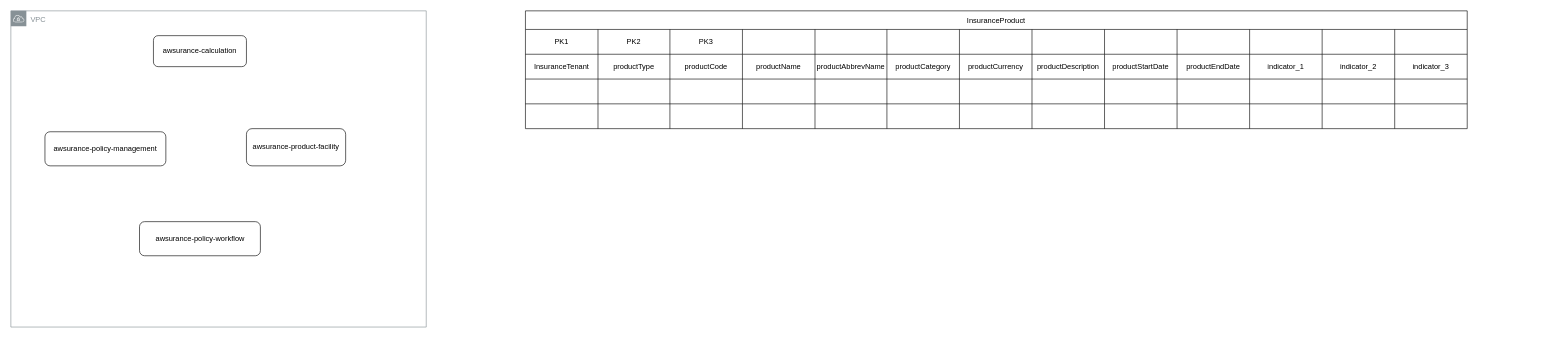
danielang2020/awsurance keeps this draw.io diagram as awsurance.drawio. Above is the earlier version. Source tidied: cells renumbered, new cells numbered last; positions are measured from the earlier drawing's top-left corner, leaving out a move shared by most shapes. Both pictures are drawn from the tidied source at 62%, with x=0, y=0 at pixel (11, 11).
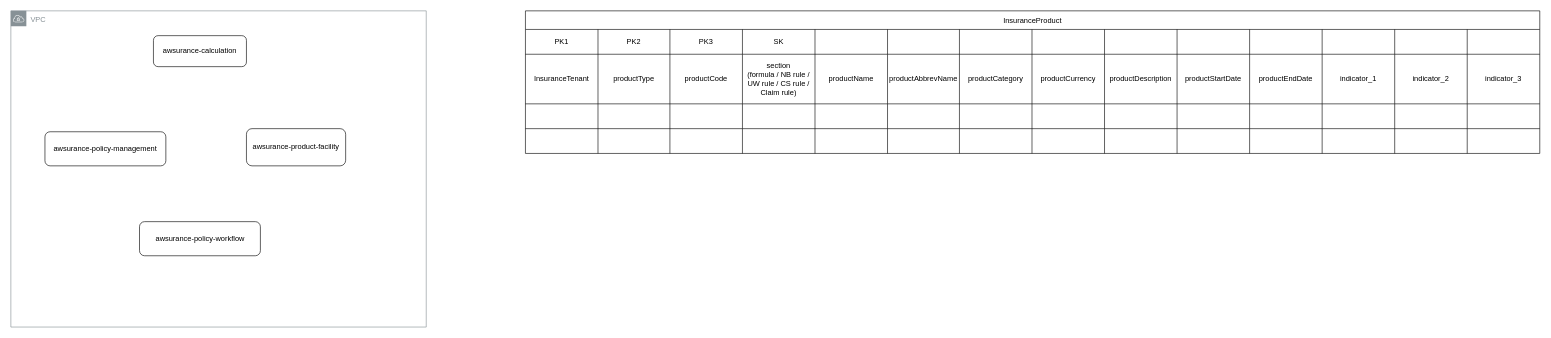
The same page after the edit.

Change to the diagram source:
```diff
@@
     <mxCell id="7" value="InsuranceProduct" style="shape=table;startSize=30;childLayout=tableLayout;" parent="1" vertex="1">
-      <mxGeometry x="830" width="1519" height="190" as="geometry" />
+      <mxGeometry x="830" width="1636" height="230" as="geometry" />
     </mxCell>
     <mxCell id="8" style="shape=tableRow;horizontal=0;startSize=0;swimlaneHead=0;swimlaneBody=0;strokeColor=inherit;top=0;left=0;bottom=0;right=0;fillColor=none;" parent="7" vertex="1">
-      <mxGeometry y="30" width="1519" height="40" as="geometry" />
+      <mxGeometry y="30" width="1636" height="40" as="geometry" />
     </mxCell>
@@
-    <mxCell id="12" style="shape=partialRectangle;html=1;whiteSpace=wrap;strokeColor=inherit;overflow=hidden;fillColor=none;top=0;left=0;bottom=0;right=0;" parent="8" vertex="1">
+    <mxCell id="12" value="SK" style="shape=partialRectangle;html=1;whiteSpace=wrap;strokeColor=inherit;overflow=hidden;fillColor=none;top=0;left=0;bottom=0;right=0;" parent="8" vertex="1">
       <mxGeometry x="350" width="117" height="40" as="geometry" />
     </mxCell>
+    <mxCell id="64" style="shape=partialRectangle;html=1;whiteSpace=wrap;strokeColor=inherit;overflow=hidden;fillColor=none;top=0;left=0;bottom=0;right=0;" parent="8" vertex="1">
+      <mxGeometry x="467" width="117" height="40" as="geometry" />
+    </mxCell>
     <mxCell id="13" style="shape=partialRectangle;html=1;whiteSpace=wrap;strokeColor=inherit;overflow=hidden;fillColor=none;top=0;left=0;bottom=0;right=0;" parent="8" vertex="1">
-      <mxGeometry x="467" width="116" height="40" as="geometry" />
+      <mxGeometry x="584" width="116" height="40" as="geometry" />
     </mxCell>
     <mxCell id="14" style="shape=partialRectangle;html=1;whiteSpace=wrap;strokeColor=inherit;overflow=hidden;fillColor=none;top=0;left=0;bottom=0;right=0;" parent="8" vertex="1">
-      <mxGeometry x="583" width="117" height="40" as="geometry" />
+      <mxGeometry x="700" width="117" height="40" as="geometry" />
     </mxCell>
     <mxCell id="15" style="shape=partialRectangle;html=1;whiteSpace=wrap;strokeColor=inherit;overflow=hidden;fillColor=none;top=0;left=0;bottom=0;right=0;" parent="8" vertex="1">
-      <mxGeometry x="700" width="117" height="40" as="geometry" />
+      <mxGeometry x="817" width="117" height="40" as="geometry" />
     </mxCell>
     <mxCell id="16" style="shape=partialRectangle;html=1;whiteSpace=wrap;strokeColor=inherit;overflow=hidden;fillColor=none;top=0;left=0;bottom=0;right=0;" parent="8" vertex="1">
-      <mxGeometry x="817" width="117" height="40" as="geometry" />
+      <mxGeometry x="934" width="117" height="40" as="geometry" />
     </mxCell>
     <mxCell id="17" style="shape=partialRectangle;html=1;whiteSpace=wrap;strokeColor=inherit;overflow=hidden;fillColor=none;top=0;left=0;bottom=0;right=0;" parent="8" vertex="1">
-      <mxGeometry x="934" width="117" height="40" as="geometry" />
+      <mxGeometry x="1051" width="117" height="40" as="geometry" />
     </mxCell>
     <mxCell id="18" style="shape=partialRectangle;html=1;whiteSpace=wrap;strokeColor=inherit;overflow=hidden;fillColor=none;top=0;left=0;bottom=0;right=0;" parent="8" vertex="1">
-      <mxGeometry x="1051" width="117" height="40" as="geometry" />
+      <mxGeometry x="1168" width="117" height="40" as="geometry" />
     </mxCell>
     <mxCell id="19" style="shape=partialRectangle;html=1;whiteSpace=wrap;strokeColor=inherit;overflow=hidden;fillColor=none;top=0;left=0;bottom=0;right=0;" parent="8" vertex="1">
-      <mxGeometry x="1168" width="117" height="40" as="geometry" />
+      <mxGeometry x="1285" width="117" height="40" as="geometry" />
     </mxCell>
     <mxCell id="20" style="shape=partialRectangle;html=1;whiteSpace=wrap;strokeColor=inherit;overflow=hidden;fillColor=none;top=0;left=0;bottom=0;right=0;" parent="8" vertex="1">
-      <mxGeometry x="1285" width="117" height="40" as="geometry" />
+      <mxGeometry x="1402" width="117" height="40" as="geometry" />
     </mxCell>
     <mxCell id="21" style="shape=partialRectangle;html=1;whiteSpace=wrap;strokeColor=inherit;overflow=hidden;fillColor=none;top=0;left=0;bottom=0;right=0;" parent="8" vertex="1">
-      <mxGeometry x="1402" width="117" height="40" as="geometry" />
+      <mxGeometry x="1519" width="117" height="40" as="geometry" />
     </mxCell>
     <mxCell id="22" style="shape=tableRow;horizontal=0;startSize=0;swimlaneHead=0;swimlaneBody=0;strokeColor=inherit;top=0;left=0;bottom=0;right=0;fillColor=none;" parent="7" vertex="1">
-      <mxGeometry y="70" width="1519" height="40" as="geometry" />
+      <mxGeometry y="70" width="1636" height="80" as="geometry" />
     </mxCell>
     <mxCell id="23" value="InsuranceTenant" style="shape=partialRectangle;html=1;whiteSpace=wrap;strokeColor=inherit;overflow=hidden;fillColor=none;top=0;left=0;bottom=0;right=0;" parent="22" vertex="1">
-      <mxGeometry width="117" height="40" as="geometry" />
+      <mxGeometry width="117" height="80" as="geometry" />
     </mxCell>
     <mxCell id="24" value="productType" style="shape=partialRectangle;html=1;whiteSpace=wrap;strokeColor=inherit;overflow=hidden;fillColor=none;top=0;left=0;bottom=0;right=0;" parent="22" vertex="1">
-      <mxGeometry x="117" width="116" height="40" as="geometry" />
+      <mxGeometry x="117" width="116" height="80" as="geometry" />
     </mxCell>
     <mxCell id="25" value="productCode" style="shape=partialRectangle;html=1;whiteSpace=wrap;strokeColor=inherit;overflow=hidden;fillColor=none;top=0;left=0;bottom=0;right=0;" parent="22" vertex="1">
-      <mxGeometry x="233" width="117" height="40" as="geometry" />
+      <mxGeometry x="233" width="117" height="80" as="geometry" />
     </mxCell>
-    <mxCell id="26" value="productName" style="shape=partialRectangle;html=1;whiteSpace=wrap;strokeColor=inherit;overflow=hidden;fillColor=none;top=0;left=0;bottom=0;right=0;" parent="22" vertex="1">
-      <mxGeometry x="350" width="117" height="40" as="geometry" />
+    <mxCell id="26" value="section&lt;div&gt;(formula / NB rule / UW rule / CS rule / Claim rule)&lt;/div&gt;" style="shape=partialRectangle;html=1;whiteSpace=wrap;strokeColor=inherit;overflow=hidden;fillColor=none;top=0;left=0;bottom=0;right=0;" parent="22" vertex="1">
+      <mxGeometry x="350" width="117" height="80" as="geometry" />
     </mxCell>
+    <mxCell id="65" value="productName" style="shape=partialRectangle;html=1;whiteSpace=wrap;strokeColor=inherit;overflow=hidden;fillColor=none;top=0;left=0;bottom=0;right=0;" parent="22" vertex="1">
+      <mxGeometry x="467" width="117" height="80" as="geometry" />
+    </mxCell>
     <mxCell id="27" value="productAbbrevName" style="shape=partialRectangle;html=1;whiteSpace=wrap;strokeColor=inherit;overflow=hidden;fillColor=none;top=0;left=0;bottom=0;right=0;" parent="22" vertex="1">
-      <mxGeometry x="467" width="116" height="40" as="geometry" />
+      <mxGeometry x="584" width="116" height="80" as="geometry" />
     </mxCell>
     <mxCell id="28" value="productCategory" style="shape=partialRectangle;html=1;whiteSpace=wrap;strokeColor=inherit;overflow=hidden;fillColor=none;top=0;left=0;bottom=0;right=0;" parent="22" vertex="1">
-      <mxGeometry x="583" width="117" height="40" as="geometry" />
+      <mxGeometry x="700" width="117" height="80" as="geometry" />
     </mxCell>
     <mxCell id="29" value="productCurrency" style="shape=partialRectangle;html=1;whiteSpace=wrap;strokeColor=inherit;overflow=hidden;fillColor=none;top=0;left=0;bottom=0;right=0;" parent="22" vertex="1">
-      <mxGeometry x="700" width="117" height="40" as="geometry" />
+      <mxGeometry x="817" width="117" height="80" as="geometry" />
     </mxCell>
     <mxCell id="30" value="productDescription" style="shape=partialRectangle;html=1;whiteSpace=wrap;strokeColor=inherit;overflow=hidden;fillColor=none;top=0;left=0;bottom=0;right=0;" parent="22" vertex="1">
-      <mxGeometry x="817" width="117" height="40" as="geometry" />
+      <mxGeometry x="934" width="117" height="80" as="geometry" />
     </mxCell>
     <mxCell id="31" value="productStartDate" style="shape=partialRectangle;html=1;whiteSpace=wrap;strokeColor=inherit;overflow=hidden;fillColor=none;top=0;left=0;bottom=0;right=0;" parent="22" vertex="1">
-      <mxGeometry x="934" width="117" height="40" as="geometry" />
+      <mxGeometry x="1051" width="117" height="80" as="geometry" />
     </mxCell>
     <mxCell id="32" value="productEndDate" style="shape=partialRectangle;html=1;whiteSpace=wrap;strokeColor=inherit;overflow=hidden;fillColor=none;top=0;left=0;bottom=0;right=0;" parent="22" vertex="1">
-      <mxGeometry x="1051" width="117" height="40" as="geometry" />
+      <mxGeometry x="1168" width="117" height="80" as="geometry" />
     </mxCell>
     <mxCell id="33" value="indicator_1" style="shape=partialRectangle;html=1;whiteSpace=wrap;strokeColor=inherit;overflow=hidden;fillColor=none;top=0;left=0;bottom=0;right=0;" parent="22" vertex="1">
-      <mxGeometry x="1168" width="117" height="40" as="geometry" />
+      <mxGeometry x="1285" width="117" height="80" as="geometry" />
     </mxCell>
     <mxCell id="34" value="indicator_2" style="shape=partialRectangle;html=1;whiteSpace=wrap;strokeColor=inherit;overflow=hidden;fillColor=none;top=0;left=0;bottom=0;right=0;" parent="22" vertex="1">
-      <mxGeometry x="1285" width="117" height="40" as="geometry" />
+      <mxGeometry x="1402" width="117" height="80" as="geometry" />
     </mxCell>
     <mxCell id="35" value="indicator_3" style="shape=partialRectangle;html=1;whiteSpace=wrap;strokeColor=inherit;overflow=hidden;fillColor=none;top=0;left=0;bottom=0;right=0;" parent="22" vertex="1">
-      <mxGeometry x="1402" width="117" height="40" as="geometry" />
+      <mxGeometry x="1519" width="117" height="80" as="geometry" />
     </mxCell>
     <mxCell id="36" style="shape=tableRow;horizontal=0;startSize=0;swimlaneHead=0;swimlaneBody=0;strokeColor=inherit;top=0;left=0;bottom=0;right=0;fillColor=none;" parent="7" vertex="1">
-      <mxGeometry y="110" width="1519" height="40" as="geometry" />
+      <mxGeometry y="150" width="1636" height="40" as="geometry" />
     </mxCell>
@@
+    <mxCell id="66" style="shape=partialRectangle;html=1;whiteSpace=wrap;strokeColor=inherit;overflow=hidden;fillColor=none;top=0;left=0;bottom=0;right=0;" parent="36" vertex="1">
+      <mxGeometry x="467" width="117" height="40" as="geometry" />
+    </mxCell>
     <mxCell id="41" style="shape=partialRectangle;html=1;whiteSpace=wrap;strokeColor=inherit;overflow=hidden;fillColor=none;top=0;left=0;bottom=0;right=0;" parent="36" vertex="1">
-      <mxGeometry x="467" width="116" height="40" as="geometry" />
+      <mxGeometry x="584" width="116" height="40" as="geometry" />
     </mxCell>
     <mxCell id="42" style="shape=partialRectangle;html=1;whiteSpace=wrap;strokeColor=inherit;overflow=hidden;fillColor=none;top=0;left=0;bottom=0;right=0;" parent="36" vertex="1">
-      <mxGeometry x="583" width="117" height="40" as="geometry" />
+      <mxGeometry x="700" width="117" height="40" as="geometry" />
     </mxCell>
     <mxCell id="43" style="shape=partialRectangle;html=1;whiteSpace=wrap;strokeColor=inherit;overflow=hidden;fillColor=none;top=0;left=0;bottom=0;right=0;" parent="36" vertex="1">
-      <mxGeometry x="700" width="117" height="40" as="geometry" />
+      <mxGeometry x="817" width="117" height="40" as="geometry" />
     </mxCell>
     <mxCell id="44" style="shape=partialRectangle;html=1;whiteSpace=wrap;strokeColor=inherit;overflow=hidden;fillColor=none;top=0;left=0;bottom=0;right=0;" parent="36" vertex="1">
-      <mxGeometry x="817" width="117" height="40" as="geometry" />
+      <mxGeometry x="934" width="117" height="40" as="geometry" />
     </mxCell>
     <mxCell id="45" style="shape=partialRectangle;html=1;whiteSpace=wrap;strokeColor=inherit;overflow=hidden;fillColor=none;top=0;left=0;bottom=0;right=0;" parent="36" vertex="1">
-      <mxGeometry x="934" width="117" height="40" as="geometry" />
+      <mxGeometry x="1051" width="117" height="40" as="geometry" />
     </mxCell>
     <mxCell id="46" style="shape=partialRectangle;html=1;whiteSpace=wrap;strokeColor=inherit;overflow=hidden;fillColor=none;top=0;left=0;bottom=0;right=0;" parent="36" vertex="1">
-      <mxGeometry x="1051" width="117" height="40" as="geometry" />
+      <mxGeometry x="1168" width="117" height="40" as="geometry" />
     </mxCell>
     <mxCell id="47" style="shape=partialRectangle;html=1;whiteSpace=wrap;strokeColor=inherit;overflow=hidden;fillColor=none;top=0;left=0;bottom=0;right=0;" parent="36" vertex="1">
-      <mxGeometry x="1168" width="117" height="40" as="geometry" />
+      <mxGeometry x="1285" width="117" height="40" as="geometry" />
     </mxCell>
     <mxCell id="48" style="shape=partialRectangle;html=1;whiteSpace=wrap;strokeColor=inherit;overflow=hidden;fillColor=none;top=0;left=0;bottom=0;right=0;" parent="36" vertex="1">
-      <mxGeometry x="1285" width="117" height="40" as="geometry" />
+      <mxGeometry x="1402" width="117" height="40" as="geometry" />
     </mxCell>
     <mxCell id="49" style="shape=partialRectangle;html=1;whiteSpace=wrap;strokeColor=inherit;overflow=hidden;fillColor=none;top=0;left=0;bottom=0;right=0;" parent="36" vertex="1">
-      <mxGeometry x="1402" width="117" height="40" as="geometry" />
+      <mxGeometry x="1519" width="117" height="40" as="geometry" />
     </mxCell>
     <mxCell id="50" style="shape=tableRow;horizontal=0;startSize=0;swimlaneHead=0;swimlaneBody=0;strokeColor=inherit;top=0;left=0;bottom=0;right=0;fillColor=none;" parent="7" vertex="1">
-      <mxGeometry y="150" width="1519" height="40" as="geometry" />
+      <mxGeometry y="190" width="1636" height="40" as="geometry" />
     </mxCell>
@@
+    <mxCell id="67" style="shape=partialRectangle;html=1;whiteSpace=wrap;strokeColor=inherit;overflow=hidden;fillColor=none;top=0;left=0;bottom=0;right=0;" parent="50" vertex="1">
+      <mxGeometry x="467" width="117" height="40" as="geometry" />
+    </mxCell>
     <mxCell id="55" style="shape=partialRectangle;html=1;whiteSpace=wrap;strokeColor=inherit;overflow=hidden;fillColor=none;top=0;left=0;bottom=0;right=0;" parent="50" vertex="1">
-      <mxGeometry x="467" width="116" height="40" as="geometry" />
+      <mxGeometry x="584" width="116" height="40" as="geometry" />
     </mxCell>
     <mxCell id="56" style="shape=partialRectangle;html=1;whiteSpace=wrap;strokeColor=inherit;overflow=hidden;fillColor=none;top=0;left=0;bottom=0;right=0;" parent="50" vertex="1">
-      <mxGeometry x="583" width="117" height="40" as="geometry" />
+      <mxGeometry x="700" width="117" height="40" as="geometry" />
     </mxCell>
     <mxCell id="57" style="shape=partialRectangle;html=1;whiteSpace=wrap;strokeColor=inherit;overflow=hidden;fillColor=none;top=0;left=0;bottom=0;right=0;" parent="50" vertex="1">
-      <mxGeometry x="700" width="117" height="40" as="geometry" />
+      <mxGeometry x="817" width="117" height="40" as="geometry" />
     </mxCell>
     <mxCell id="58" style="shape=partialRectangle;html=1;whiteSpace=wrap;strokeColor=inherit;overflow=hidden;fillColor=none;top=0;left=0;bottom=0;right=0;" parent="50" vertex="1">
-      <mxGeometry x="817" width="117" height="40" as="geometry" />
+      <mxGeometry x="934" width="117" height="40" as="geometry" />
     </mxCell>
     <mxCell id="59" style="shape=partialRectangle;html=1;whiteSpace=wrap;strokeColor=inherit;overflow=hidden;fillColor=none;top=0;left=0;bottom=0;right=0;" parent="50" vertex="1">
-      <mxGeometry x="934" width="117" height="40" as="geometry" />
+      <mxGeometry x="1051" width="117" height="40" as="geometry" />
     </mxCell>
     <mxCell id="60" style="shape=partialRectangle;html=1;whiteSpace=wrap;strokeColor=inherit;overflow=hidden;fillColor=none;top=0;left=0;bottom=0;right=0;" parent="50" vertex="1">
-      <mxGeometry x="1051" width="117" height="40" as="geometry" />
+      <mxGeometry x="1168" width="117" height="40" as="geometry" />
     </mxCell>
     <mxCell id="61" style="shape=partialRectangle;html=1;whiteSpace=wrap;strokeColor=inherit;overflow=hidden;fillColor=none;top=0;left=0;bottom=0;right=0;" parent="50" vertex="1">
-      <mxGeometry x="1168" width="117" height="40" as="geometry" />
+      <mxGeometry x="1285" width="117" height="40" as="geometry" />
     </mxCell>
     <mxCell id="62" style="shape=partialRectangle;html=1;whiteSpace=wrap;strokeColor=inherit;overflow=hidden;fillColor=none;top=0;left=0;bottom=0;right=0;" parent="50" vertex="1">
-      <mxGeometry x="1285" width="117" height="40" as="geometry" />
+      <mxGeometry x="1402" width="117" height="40" as="geometry" />
     </mxCell>
     <mxCell id="63" style="shape=partialRectangle;html=1;whiteSpace=wrap;strokeColor=inherit;overflow=hidden;fillColor=none;top=0;left=0;bottom=0;right=0;" parent="50" vertex="1">
-      <mxGeometry x="1402" width="117" height="40" as="geometry" />
+      <mxGeometry x="1519" width="117" height="40" as="geometry" />
     </mxCell>
```
